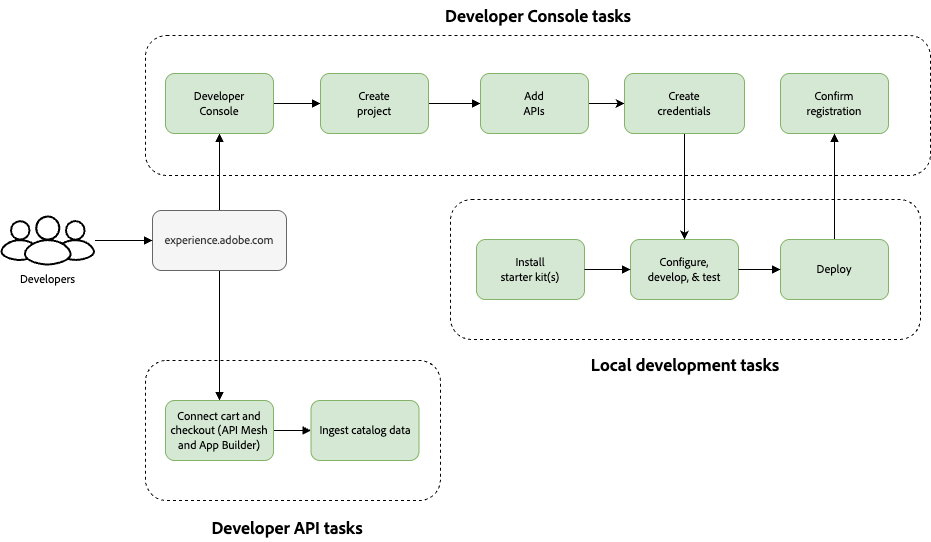
Earlier version of the draw.io export help/optimizer/assets/dev-workflow.png (AdobeDocs/commerce.en). Source tidied: cells renumbered, new cells last; positions are measured from the earlier drawing's top-left corner, leaving out a move shared by most shapes. The source it was exported from:
```xml
<mxGraphModel background="#ffffff">
  <root>
    <mxCell id="0" />
    <mxCell id="1" parent="0" />
    <mxCell id="2" style="rounded=1;whiteSpace=wrap;html=1;verticalAlign=bottom;dashed=1;spacingTop=-10;fontFamily=Adobe Clean;" parent="1" vertex="1">
      <mxGeometry x="145" y="360" width="295" height="140" as="geometry" />
    </mxCell>
    <mxCell id="3" style="rounded=1;whiteSpace=wrap;html=1;verticalAlign=bottom;dashed=1;spacingTop=-10;fontFamily=Adobe Clean;" parent="1" vertex="1">
      <mxGeometry x="450" y="199" width="470" height="140" as="geometry" />
    </mxCell>
    <mxCell id="4" style="rounded=1;whiteSpace=wrap;html=1;verticalAlign=bottom;dashed=1;spacingTop=-10;fontFamily=Adobe Clean;" parent="1" vertex="1">
      <mxGeometry x="145" y="35" width="785" height="140" as="geometry" />
    </mxCell>
    <mxCell id="5" style="edgeStyle=orthogonalEdgeStyle;rounded=0;jettySize=auto;html=1;exitX=0.5;exitY=0;exitDx=0;exitDy=0;entryX=0.5;entryY=1;entryDx=0;entryDy=0;endArrow=block;endFill=1;" parent="1" edge="1" source="7" target="16">
      <mxGeometry relative="1" as="geometry" />
    </mxCell>
    <mxCell id="6" style="edgeStyle=orthogonalEdgeStyle;rounded=0;jettySize=auto;html=1;exitX=0.5;exitY=1;exitDx=0;exitDy=0;entryX=0.5;entryY=0;entryDx=0;entryDy=0;endArrow=block;endFill=1;" parent="1" edge="1" source="7" target="9">
      <mxGeometry relative="1" as="geometry" />
    </mxCell>
    <mxCell id="7" value="experience.adobe.com" style="rounded=1;whiteSpace=wrap;html=1;strokeColor=#666666;fillColor=#f5f5f5;fontFamily=Adobe Clean;fontColor=#333333;" parent="1" vertex="1">
      <mxGeometry x="152" y="210" width="134" height="60" as="geometry" />
    </mxCell>
    <mxCell id="8" style="edgeStyle=orthogonalEdgeStyle;rounded=0;jettySize=auto;html=1;exitX=1;exitY=0.5;exitDx=0;exitDy=0;entryX=0;entryY=0.5;entryDx=0;entryDy=0;endArrow=block;endFill=1;" parent="1" edge="1" source="9" target="12">
      <mxGeometry relative="1" as="geometry" />
    </mxCell>
    <mxCell id="9" value="Connect cart and checkout (API Mesh and App Builder)" style="rounded=1;whiteSpace=wrap;html=1;strokeColor=#82b366;fillColor=#d5e8d4;fontFamily=Adobe Clean;" parent="1" vertex="1">
      <mxGeometry x="165" y="400" width="108" height="60" as="geometry" />
    </mxCell>
    <mxCell id="10" style="edgeStyle=orthogonalEdgeStyle;rounded=0;jettySize=auto;html=1;endArrow=block;endFill=1;" parent="1" edge="1" source="11" target="7">
      <mxGeometry relative="1" as="geometry" />
    </mxCell>
    <mxCell id="11" value="Developers" style="sketch=0;verticalLabelPosition=bottom;sketch=0;html=1;verticalAlign=top;strokeColor=none;fillColor=#000000;align=center;outlineConnect=0;shape=mxgraph.citrix2.users;fontFamily=Adobe Clean;" parent="1" vertex="1">
      <mxGeometry y="215" width="94.6" height="50" as="geometry" />
    </mxCell>
    <mxCell id="12" value="Ingest catalog data" style="rounded=1;whiteSpace=wrap;html=1;strokeColor=#82b366;fillColor=#d5e8d4;fontFamily=Adobe Clean;" parent="1" vertex="1">
      <mxGeometry x="310.5" y="400" width="108" height="60" as="geometry" />
    </mxCell>
    <mxCell id="13" value="Developer Console tasks" style="text;html=1;align=center;verticalAlign=middle;whiteSpace=wrap;rounded=0;fontSize=18;fontStyle=1;fontFamily=Adobe Clean;" parent="1" vertex="1">
      <mxGeometry x="417.5" width="240" height="30" as="geometry" />
    </mxCell>
    <mxCell id="14" value="Developer API tasks" style="text;html=1;align=center;verticalAlign=middle;whiteSpace=wrap;rounded=0;fontSize=18;fontStyle=1;fontFamily=Adobe Clean;" parent="1" vertex="1">
      <mxGeometry x="165" y="512" width="244.2" height="30" as="geometry" />
    </mxCell>
    <mxCell id="15" style="edgeStyle=orthogonalEdgeStyle;rounded=0;jettySize=auto;html=1;exitX=1;exitY=0.5;exitDx=0;exitDy=0;endArrow=block;endFill=1;" parent="1" edge="1" source="16" target="18">
      <mxGeometry relative="1" as="geometry" />
    </mxCell>
    <mxCell id="16" value="Developer&lt;br&gt;Console" style="rounded=1;whiteSpace=wrap;html=1;strokeColor=#82b366;fillColor=#d5e8d4;fontFamily=Adobe Clean;" parent="1" vertex="1">
      <mxGeometry x="165" y="73" width="108" height="60" as="geometry" />
    </mxCell>
    <mxCell id="17" style="edgeStyle=orthogonalEdgeStyle;rounded=0;jettySize=auto;html=1;exitX=1;exitY=0.5;exitDx=0;exitDy=0;endArrow=block;endFill=1;" parent="1" edge="1" source="18" target="20">
      <mxGeometry relative="1" as="geometry" />
    </mxCell>
    <mxCell id="18" value="Create &lt;br&gt;project" style="rounded=1;whiteSpace=wrap;html=1;strokeColor=#82b366;fillColor=#d5e8d4;fontFamily=Adobe Clean;" parent="1" vertex="1">
      <mxGeometry x="320" y="73" width="108" height="60" as="geometry" />
    </mxCell>
    <mxCell id="19" style="edgeStyle=orthogonalEdgeStyle;rounded=0;jettySize=auto;html=1;" parent="1" edge="1" source="20" target="30">
      <mxGeometry relative="1" as="geometry" />
    </mxCell>
    <mxCell id="20" value="Add &lt;br&gt;APIs" style="rounded=1;whiteSpace=wrap;html=1;strokeColor=#82b366;fillColor=#d5e8d4;fontFamily=Adobe Clean;" parent="1" vertex="1">
      <mxGeometry x="480" y="73" width="108" height="60" as="geometry" />
    </mxCell>
    <mxCell id="21" value="Confirm &lt;br&gt;registration" style="rounded=1;whiteSpace=wrap;html=1;strokeColor=#82b366;fillColor=#d5e8d4;fontFamily=Adobe Clean;" parent="1" vertex="1">
      <mxGeometry x="780" y="73" width="108" height="60" as="geometry" />
    </mxCell>
    <mxCell id="22" style="edgeStyle=orthogonalEdgeStyle;rounded=0;jettySize=auto;html=1;exitX=0.5;exitY=0;exitDx=0;exitDy=0;entryX=0.5;entryY=1;entryDx=0;entryDy=0;endArrow=block;endFill=1;" parent="1" edge="1" source="25" target="21">
      <mxGeometry relative="1" as="geometry" />
    </mxCell>
    <mxCell id="23" value="Install &lt;br&gt;starter kit(s)" style="rounded=1;whiteSpace=wrap;html=1;strokeColor=#82b366;fillColor=#d5e8d4;fontFamily=Adobe Clean;" parent="1" vertex="1">
      <mxGeometry x="476" y="239" width="108" height="60" as="geometry" />
    </mxCell>
    <mxCell id="24" value="Configure, &lt;br&gt;develop, &amp;amp; test" style="rounded=1;whiteSpace=wrap;html=1;strokeColor=#82b366;fillColor=#d5e8d4;fontFamily=Adobe Clean;" parent="1" vertex="1">
      <mxGeometry x="630" y="239" width="108" height="60" as="geometry" />
    </mxCell>
    <mxCell id="25" value="Deploy" style="rounded=1;whiteSpace=wrap;html=1;strokeColor=#82b366;fillColor=#d5e8d4;fontFamily=Adobe Clean;" parent="1" vertex="1">
      <mxGeometry x="780" y="239" width="108" height="60" as="geometry" />
    </mxCell>
    <mxCell id="26" style="edgeStyle=orthogonalEdgeStyle;rounded=0;jettySize=auto;html=1;exitX=1;exitY=0.5;exitDx=0;exitDy=0;entryX=0;entryY=0.5;entryDx=0;entryDy=0;endArrow=block;endFill=1;" parent="1" edge="1" source="23" target="24">
      <mxGeometry relative="1" as="geometry" />
    </mxCell>
    <mxCell id="27" style="edgeStyle=orthogonalEdgeStyle;rounded=0;jettySize=auto;html=1;exitX=1;exitY=0.5;exitDx=0;exitDy=0;entryX=0;entryY=0.5;entryDx=0;entryDy=0;endArrow=block;endFill=1;" parent="1" edge="1" source="24" target="25">
      <mxGeometry relative="1" as="geometry" />
    </mxCell>
    <mxCell id="28" value="Local development tasks" style="text;html=1;align=center;verticalAlign=middle;whiteSpace=wrap;rounded=0;fontSize=18;fontStyle=1;fontFamily=Adobe Clean;" parent="1" vertex="1">
      <mxGeometry x="565" y="349" width="240" height="30" as="geometry" />
    </mxCell>
    <mxCell id="29" style="edgeStyle=orthogonalEdgeStyle;rounded=0;jettySize=auto;html=1;exitX=0.5;exitY=1;exitDx=0;exitDy=0;entryX=0.5;entryY=0;entryDx=0;entryDy=0;" parent="1" edge="1" source="30" target="24">
      <mxGeometry relative="1" as="geometry" />
    </mxCell>
    <mxCell id="30" value="Create &lt;br&gt;credentials" style="whiteSpace=wrap;html=1;fontFamily=Adobe Clean;fillColor=#d5e8d4;strokeColor=#82b366;rounded=1;" parent="1" vertex="1">
      <mxGeometry x="624" y="73" width="120" height="60" as="geometry" />
    </mxCell>
  </root>
</mxGraphModel>
```
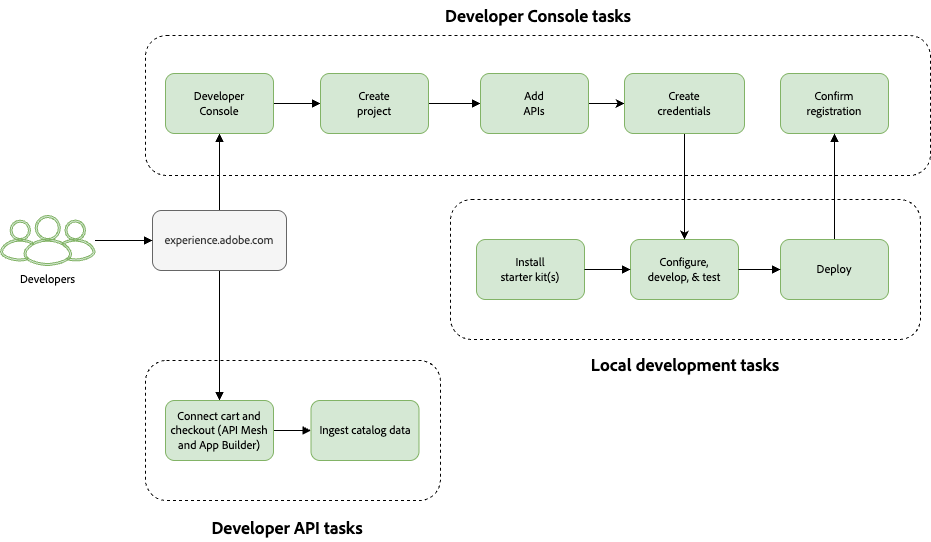
The same diagram one commit later.

Change to the diagram source:
```diff
@@ -29,7 +29,7 @@
     <mxCell id="10" style="edgeStyle=orthogonalEdgeStyle;rounded=0;jettySize=auto;html=1;endArrow=block;endFill=1;" parent="1" edge="1" source="11" target="7">
       <mxGeometry relative="1" as="geometry" />
     </mxCell>
-    <mxCell id="11" value="Developers" style="sketch=0;verticalLabelPosition=bottom;sketch=0;html=1;verticalAlign=top;strokeColor=none;fillColor=#000000;align=center;outlineConnect=0;shape=mxgraph.citrix2.users;fontFamily=Adobe Clean;" parent="1" vertex="1">
+    <mxCell id="11" value="Developers" style="sketch=0;verticalLabelPosition=bottom;sketch=0;html=1;verticalAlign=top;strokeColor=#82b366;fillColor=#d5e8d4;align=center;outlineConnect=0;shape=mxgraph.citrix2.users;fontFamily=Adobe Clean;" parent="1" vertex="1">
       <mxGeometry y="215" width="94.6" height="50" as="geometry" />
     </mxCell>
     <mxCell id="12" value="Ingest catalog data" style="rounded=1;whiteSpace=wrap;html=1;strokeColor=#82b366;fillColor=#d5e8d4;fontFamily=Adobe Clean;" parent="1" vertex="1">
```
